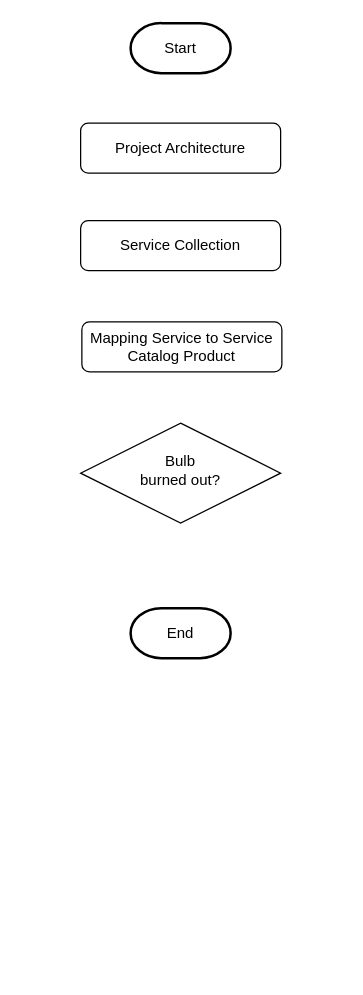
wangpengming/drawio keeps this draw.io diagram as AWS-Setup-with-ServiceCatalog.drawio. Above is the earlier version. Source tidied: cells renumbered, new cells numbered last; positions are measured from the earlier drawing's top-left corner, leaving out a move shared by most shapes. Both pictures are drawn from the tidied source at 125%, with x=0, y=0 at pixel (80, 22).
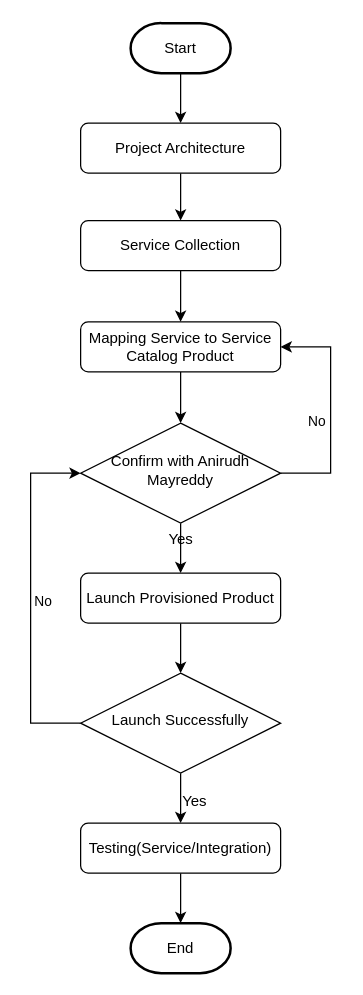
The same page after the edit.

The change refers to these unchanged cells:
```xml
<mxCell id="2" value="Project Architecture" style="rounded=1;whiteSpace=wrap;html=1;fontSize=12;glass=0;strokeWidth=1;shadow=0;" parent="1" vertex="1">
  <mxGeometry y="80" width="160" height="40" as="geometry" />
</mxCell>
<mxCell id="4" value="Start" style="strokeWidth=2;html=1;shape=mxgraph.flowchart.terminator;whiteSpace=wrap;" parent="1" vertex="1">
  <mxGeometry x="40" width="80" height="40" as="geometry" />
</mxCell>
<mxCell id="6" value="Service Collection" style="rounded=1;whiteSpace=wrap;html=1;fontSize=12;glass=0;strokeWidth=1;shadow=0;" parent="1" vertex="1">
  <mxGeometry y="158" width="160" height="40" as="geometry" />
</mxCell>
```

What changed in the source:
```diff
@@
+    <mxCell id="8" style="edgeStyle=orthogonalEdgeStyle;rounded=0;jettySize=auto;html=1;exitX=0.5;exitY=1;exitDx=0;exitDy=0;entryX=0.5;entryY=0;entryDx=0;entryDy=0;" parent="1" edge="1" source="2" target="6">
+      <mxGeometry relative="1" as="geometry" />
+    </mxCell>
@@
+    <mxCell id="9" style="edgeStyle=orthogonalEdgeStyle;rounded=0;jettySize=auto;html=1;exitX=0.5;exitY=1;exitDx=0;exitDy=0;entryX=0.5;entryY=0;entryDx=0;entryDy=0;" parent="1" edge="1" source="3" target="16">
+      <mxGeometry relative="1" as="geometry" />
+    </mxCell>
+    <mxCell id="10" style="edgeStyle=orthogonalEdgeStyle;rounded=0;jettySize=auto;html=1;exitX=1;exitY=0.5;exitDx=0;exitDy=0;entryX=1;entryY=0.5;entryDx=0;entryDy=0;" parent="1" edge="1" source="3" target="7">
+      <mxGeometry relative="1" as="geometry">
+        <Array as="points">
+          <mxPoint x="200" y="360" />
+          <mxPoint x="200" y="259" />
+        </Array>
+      </mxGeometry>
+    </mxCell>
+    <mxCell id="11" value="No" style="edgeLabel;html=1;align=center;verticalAlign=middle;" parent="10" vertex="1">
+      <mxGeometry x="0.31" y="1" relative="1" as="geometry">
+        <mxPoint x="-11" y="37" as="offset" />
+      </mxGeometry>
+    </mxCell>
-    <mxCell id="3" value="Bulb&lt;br&gt;burned out?" style="rhombus;whiteSpace=wrap;html=1;shadow=0;fontFamily=Helvetica;fontSize=12;align=center;strokeWidth=1;spacing=6;spacingTop=-4;" parent="1" vertex="1">
+    <mxCell id="3" value="Confirm with Anirudh Mayreddy" style="rhombus;whiteSpace=wrap;html=1;shadow=0;fontFamily=Helvetica;fontSize=12;align=center;strokeWidth=1;spacing=6;spacingTop=-4;" parent="1" vertex="1">
       <mxGeometry y="320" width="160" height="80" as="geometry" />
     </mxCell>
+    <mxCell id="12" style="edgeStyle=orthogonalEdgeStyle;rounded=0;jettySize=auto;html=1;exitX=0.5;exitY=1;exitDx=0;exitDy=0;exitPerimeter=0;entryX=0.5;entryY=0;entryDx=0;entryDy=0;" parent="1" edge="1" source="4" target="2">
+      <mxGeometry relative="1" as="geometry" />
+    </mxCell>
@@
     <mxCell id="5" value="End" style="strokeWidth=2;html=1;shape=mxgraph.flowchart.terminator;whiteSpace=wrap;" parent="1" vertex="1">
-      <mxGeometry x="40" y="468" width="80" height="40" as="geometry" />
+      <mxGeometry x="40" y="720" width="80" height="40" as="geometry" />
     </mxCell>
+    <mxCell id="13" style="edgeStyle=orthogonalEdgeStyle;rounded=0;jettySize=auto;html=1;exitX=0.5;exitY=1;exitDx=0;exitDy=0;entryX=0.5;entryY=0;entryDx=0;entryDy=0;" parent="1" edge="1" source="6" target="7">
+      <mxGeometry relative="1" as="geometry" />
+    </mxCell>
@@
+    <mxCell id="14" style="edgeStyle=orthogonalEdgeStyle;rounded=0;jettySize=auto;html=1;exitX=0.5;exitY=1;exitDx=0;exitDy=0;entryX=0.5;entryY=0;entryDx=0;entryDy=0;" parent="1" edge="1" source="7" target="3">
+      <mxGeometry relative="1" as="geometry" />
+    </mxCell>
     <mxCell id="7" value="Mapping Service to Service Catalog Product" style="rounded=1;whiteSpace=wrap;html=1;fontSize=12;glass=0;strokeWidth=1;shadow=0;" parent="1" vertex="1">
-      <mxGeometry x="1" y="239" width="160" height="40" as="geometry" />
+      <mxGeometry y="239" width="160" height="40" as="geometry" />
     </mxCell>
+    <mxCell id="15" style="edgeStyle=orthogonalEdgeStyle;rounded=0;jettySize=auto;html=1;exitX=0.5;exitY=1;exitDx=0;exitDy=0;entryX=0.5;entryY=0;entryDx=0;entryDy=0;" parent="1" edge="1" source="16" target="20">
+      <mxGeometry relative="1" as="geometry" />
+    </mxCell>
+    <mxCell id="16" value="Launch Provisioned Product" style="rounded=1;whiteSpace=wrap;html=1;fontSize=12;glass=0;strokeWidth=1;shadow=0;" parent="1" vertex="1">
+      <mxGeometry y="440" width="160" height="40" as="geometry" />
+    </mxCell>
+    <mxCell id="17" style="edgeStyle=orthogonalEdgeStyle;rounded=0;jettySize=auto;html=1;exitX=0;exitY=0.5;exitDx=0;exitDy=0;entryX=0;entryY=0.5;entryDx=0;entryDy=0;" parent="1" edge="1" source="20" target="3">
+      <mxGeometry relative="1" as="geometry">
+        <Array as="points">
+          <mxPoint x="-40" y="560" />
+          <mxPoint x="-40" y="360" />
+        </Array>
+      </mxGeometry>
+    </mxCell>
+    <mxCell id="18" value="No" style="edgeLabel;html=1;align=center;verticalAlign=middle;" parent="17" vertex="1">
+      <mxGeometry x="0.15" y="-2" relative="1" as="geometry">
+        <mxPoint x="7" y="23" as="offset" />
+      </mxGeometry>
+    </mxCell>
+    <mxCell id="19" style="edgeStyle=orthogonalEdgeStyle;rounded=0;jettySize=auto;html=1;exitX=0.5;exitY=1;exitDx=0;exitDy=0;entryX=0.5;entryY=0;entryDx=0;entryDy=0;" parent="1" edge="1" source="20" target="23">
+      <mxGeometry relative="1" as="geometry" />
+    </mxCell>
+    <mxCell id="20" value="Launch Successfully" style="rhombus;whiteSpace=wrap;html=1;shadow=0;fontFamily=Helvetica;fontSize=12;align=center;strokeWidth=1;spacing=6;spacingTop=-4;" parent="1" vertex="1">
+      <mxGeometry y="520" width="160" height="80" as="geometry" />
+    </mxCell>
+    <mxCell id="21" value="Yes" style="text;html=1;align=center;verticalAlign=middle;strokeColor=none;fillColor=none;" parent="1" vertex="1">
+      <mxGeometry x="60" y="398" width="40" height="30" as="geometry" />
+    </mxCell>
+    <mxCell id="22" style="edgeStyle=orthogonalEdgeStyle;rounded=0;jettySize=auto;html=1;exitX=0.5;exitY=1;exitDx=0;exitDy=0;entryX=0.5;entryY=0;entryDx=0;entryDy=0;entryPerimeter=0;" parent="1" edge="1" source="23" target="5">
+      <mxGeometry relative="1" as="geometry" />
+    </mxCell>
+    <mxCell id="23" value="Testing(Service/Integration)" style="rounded=1;whiteSpace=wrap;html=1;fontSize=12;glass=0;strokeWidth=1;shadow=0;" parent="1" vertex="1">
+      <mxGeometry y="640" width="160" height="40" as="geometry" />
+    </mxCell>
+    <mxCell id="24" value="Yes" style="text;html=1;align=center;verticalAlign=middle;strokeColor=none;fillColor=none;" parent="1" vertex="1">
+      <mxGeometry x="71" y="608" width="40" height="30" as="geometry" />
+    </mxCell>
```
